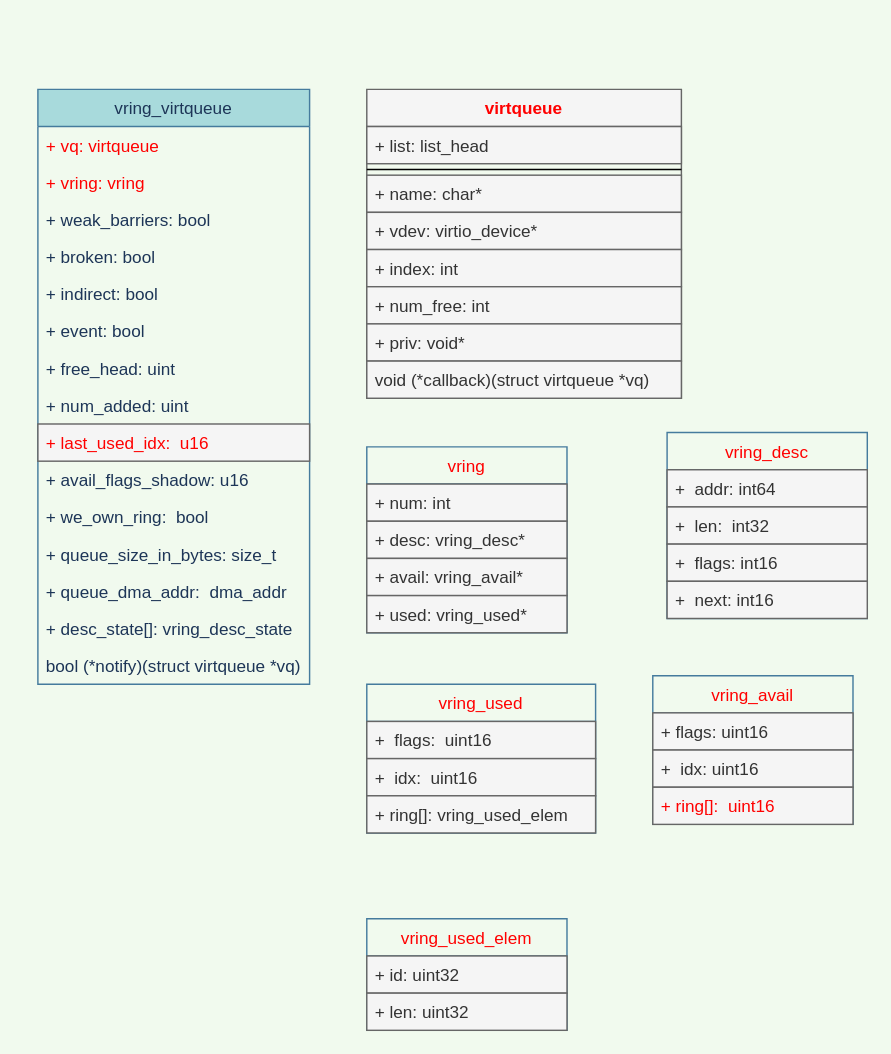
0x88888888/Linux-4.19 keeps this draw.io diagram as 调试/virtio.drawio. Above is the earlier version. Source tidied: cells renumbered, new cells numbered last; positions are measured from the earlier drawing's top-left corner, leaving out a move shared by most shapes. Both pictures are drawn from the tidied source at 143%, with x=0, y=0 at pixel (37, 89).
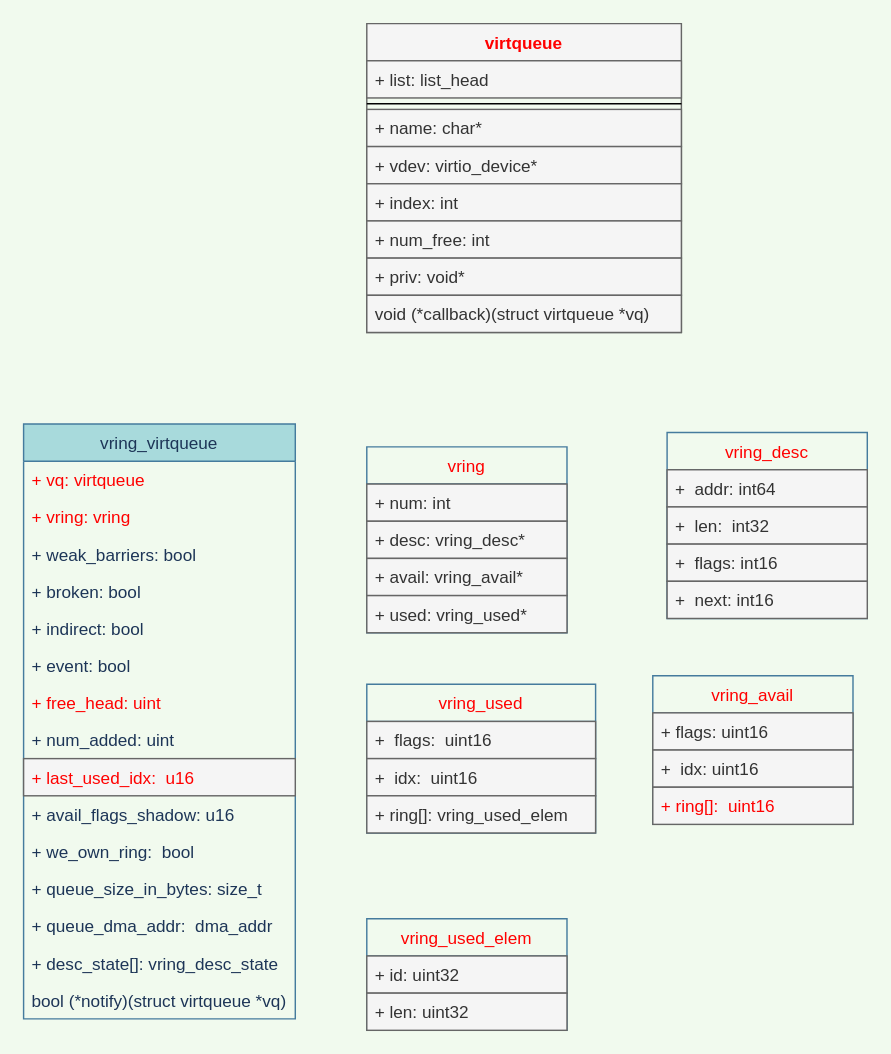
After the change.

The edit, as a diff of the source:
```diff
@@
     <mxCell id="2" value="vring_virtqueue" style="swimlane;fontStyle=0;horizontal=1;startSize=26;fillColor=#A8DADC;strokeColor=#457B9D;fontColor=#1D3557;" parent="1" vertex="1">
-      <mxGeometry width="190" height="416" as="geometry" />
+      <mxGeometry x="-10" y="234" width="190" height="416" as="geometry" />
     </mxCell>
@@
-    <mxCell id="9" value="+ free_head: uint" style="text;strokeColor=none;fillColor=none;align=left;verticalAlign=top;spacingLeft=4;spacingRight=4;overflow=hidden;fontColor=#1D3557;" parent="2" vertex="1">
+    <mxCell id="9" value="+ free_head: uint" style="text;strokeColor=none;fillColor=none;align=left;verticalAlign=top;spacingLeft=4;spacingRight=4;overflow=hidden;fontColor=#FF0000;" parent="2" vertex="1">
       <mxGeometry y="182" width="190" height="26" as="geometry" />
     </mxCell>
@@
     <mxCell id="18" value="virtqueue" style="swimlane;fontStyle=1;align=center;verticalAlign=top;horizontal=1;startSize=26;rounded=0;sketch=0;fillColor=#f5f5f5;strokeColor=#666666;fontColor=#FF0000;" parent="1" vertex="1">
-      <mxGeometry x="230" width="220" height="216" as="geometry" />
+      <mxGeometry x="230" y="-46" width="220" height="216" as="geometry" />
     </mxCell>
```
